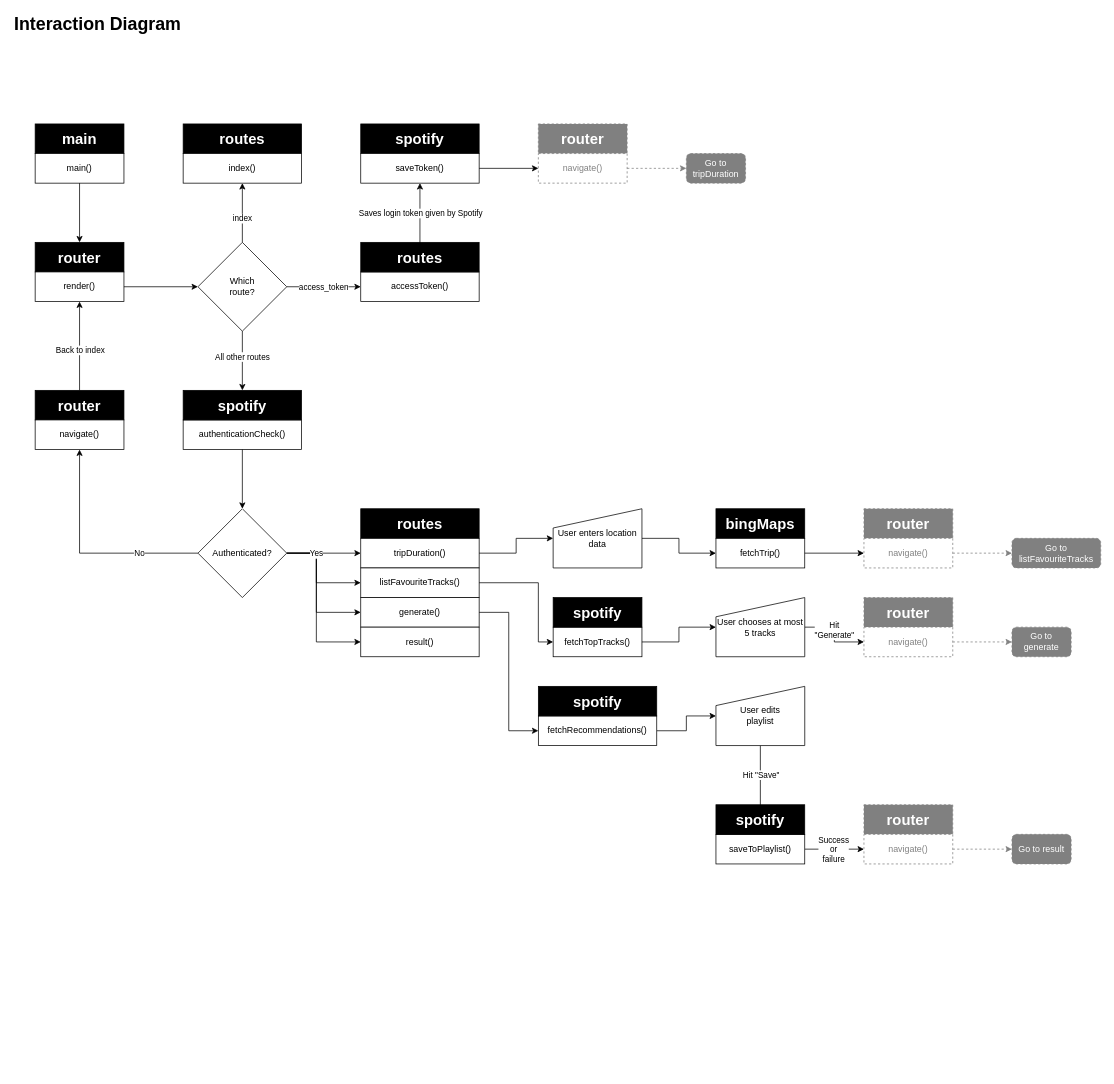
Earlier version of the draw.io diagram assets/interaction_diagram.drawio (jonahgoldwastaken/web-app-from-scratch-2021). Source tidied: cells renumbered, new cells numbered last; positions are measured from the earlier drawing's top-left corner, leaving out a move shared by most shapes. Both pictures are drawn from the tidied source at 74%, with x=0, y=0 at pixel (13, 13).
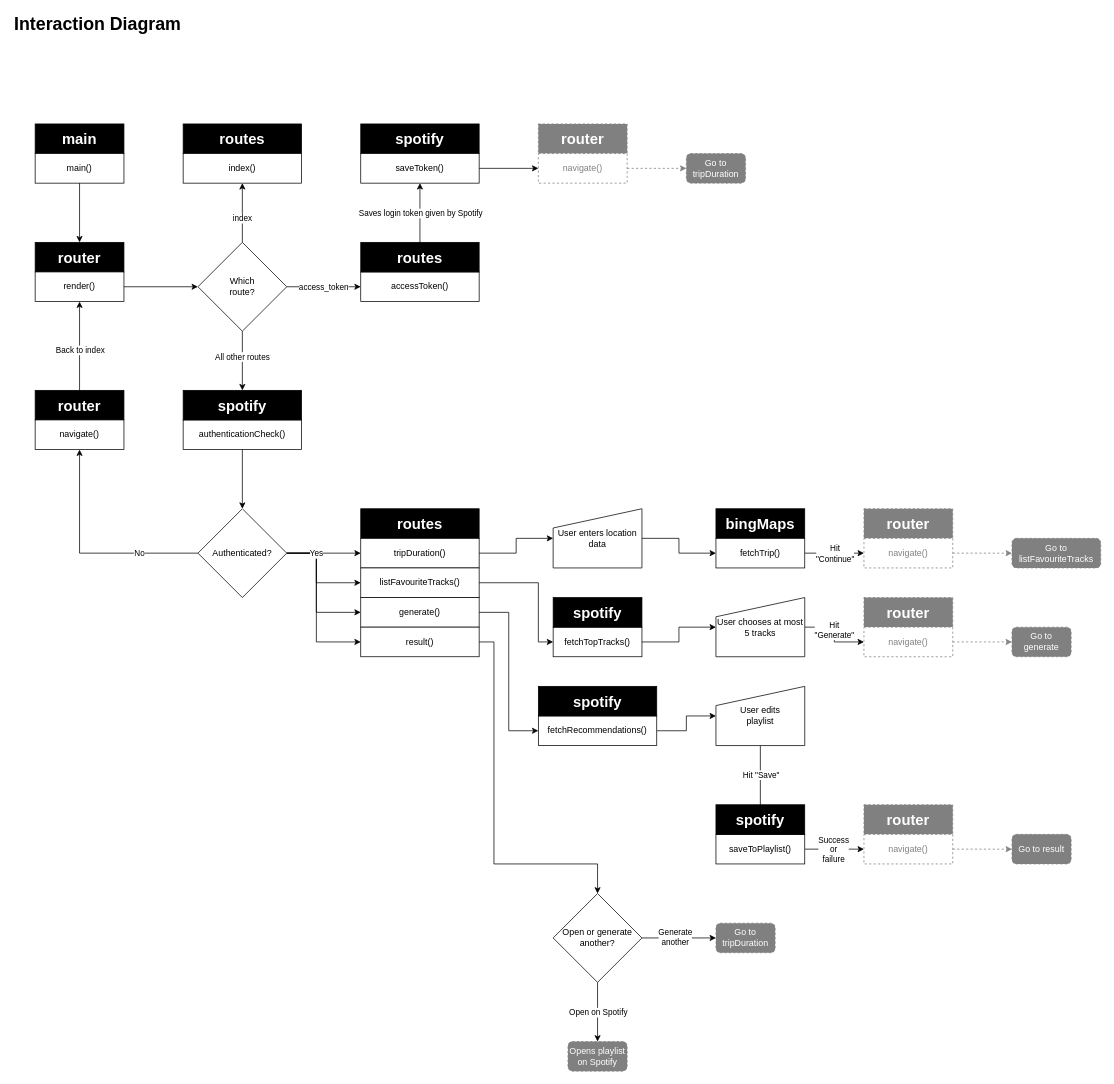
Above is the later version.

The change refers to these unchanged cells:
```xml
<mxCell id="81" value="&lt;font face=&quot;Inconsolata&quot;&gt;&lt;span style=&quot;font-weight: normal&quot;&gt;result()&lt;/span&gt;&lt;/font&gt;" style="whiteSpace=wrap;html=1;fontSize=12;align=center;fontStyle=1;" parent="1" vertex="1">
  <mxGeometry x="470" y="830" width="160" height="40" as="geometry" />
</mxCell>
<mxCell id="87" style="edgeStyle=orthogonalEdgeStyle;rounded=0;jettySize=auto;html=1;strokeColor=#000000;" parent="1" edge="1" source="5" target="84">
  <mxGeometry relative="1" as="geometry" />
</mxCell>
```

What changed in the source:
```diff
@@
+    <mxCell id="98" style="edgeStyle=orthogonalEdgeStyle;rounded=0;jettySize=auto;html=1;endArrow=classic;endFill=1;" parent="1" edge="1" source="81" target="104">
+      <mxGeometry relative="1" as="geometry">
+        <Array as="points">
+          <mxPoint x="650" y="850" />
+          <mxPoint x="650" y="1150" />
+          <mxPoint x="790" y="1150" />
+        </Array>
+      </mxGeometry>
+    </mxCell>
@@
+    <mxCell id="99" value="Hit&lt;br&gt;&quot;Continue&quot;" style="edgeLabel;html=1;align=center;verticalAlign=middle;" parent="87" vertex="1">
+      <mxGeometry x="-0.21" y="-1" relative="1" as="geometry">
+        <mxPoint x="8.4" y="-1" as="offset" />
+      </mxGeometry>
+    </mxCell>
@@
+    <mxCell id="100" style="edgeStyle=orthogonalEdgeStyle;rounded=0;jettySize=auto;html=1;exitX=1;exitY=0.5;exitDx=0;exitDy=0;entryX=0;entryY=0.5;entryDx=0;entryDy=0;endArrow=classic;endFill=1;" parent="1" edge="1" source="104" target="105">
+      <mxGeometry relative="1" as="geometry" />
+    </mxCell>
+    <mxCell id="101" value="Generate&lt;br&gt;another" style="edgeLabel;html=1;align=center;verticalAlign=middle;" parent="100" vertex="1">
+      <mxGeometry x="-0.12" y="2" relative="1" as="geometry" />
+    </mxCell>
+    <mxCell id="102" style="edgeStyle=orthogonalEdgeStyle;rounded=0;jettySize=auto;html=1;exitX=0.5;exitY=1;exitDx=0;exitDy=0;endArrow=classic;endFill=1;" parent="1" edge="1" source="104" target="106">
+      <mxGeometry relative="1" as="geometry" />
+    </mxCell>
+    <mxCell id="103" value="Open on Spotify" style="edgeLabel;html=1;align=center;verticalAlign=middle;" parent="102" vertex="1">
+      <mxGeometry x="-0.28" y="-2" relative="1" as="geometry">
+        <mxPoint x="2" y="11" as="offset" />
+      </mxGeometry>
+    </mxCell>
+    <mxCell id="104" value="Open or generate another?" style="rhombus;whiteSpace=wrap;html=1;" parent="1" vertex="1">
+      <mxGeometry x="730" y="1190" width="120" height="120" as="geometry" />
+    </mxCell>
+    <mxCell id="105" value="&lt;font color=&quot;#ffffff&quot;&gt;&lt;span&gt;Go to tripDuration&lt;br&gt;&lt;/span&gt;&lt;/font&gt;" style="rounded=1;whiteSpace=wrap;html=1;strokeColor=#808080;dashed=1;fillColor=#808080;" parent="1" vertex="1">
+      <mxGeometry x="950" y="1230" width="80" height="40" as="geometry" />
+    </mxCell>
+    <mxCell id="106" value="&lt;font color=&quot;#ffffff&quot;&gt;&lt;span&gt;Opens playlist on Spotify&lt;br&gt;&lt;/span&gt;&lt;/font&gt;" style="rounded=1;whiteSpace=wrap;html=1;strokeColor=#808080;dashed=1;fillColor=#808080;" parent="1" vertex="1">
+      <mxGeometry x="750" y="1390" width="80" height="40" as="geometry" />
+    </mxCell>
```
